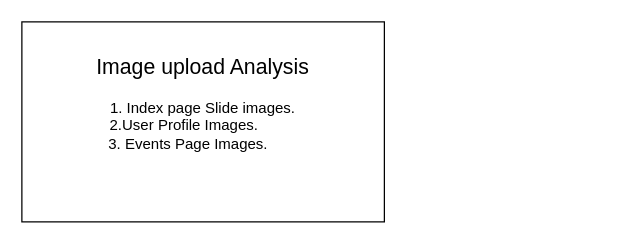
Red-stevo/MasenoMedicalLabClub keeps this draw.io diagram as MesenoMedLab.drawio. Above is the earlier version. Source tidied: cells renumbered, new cells numbered last; positions are measured from the earlier drawing's top-left corner, leaving out a move shared by most shapes. Both pictures are drawn from the tidied source at 125%, with x=0, y=0 at pixel (21, 21).
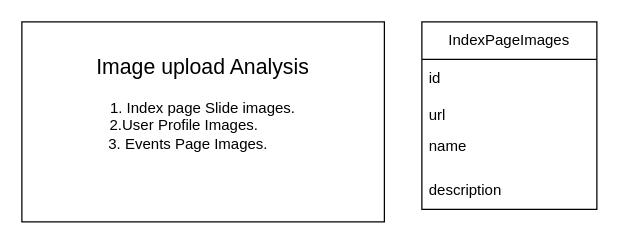
After the change.

Diff of the diagram source:
```diff
@@
 <mxGraphModel>
   <root>
     <mxCell id="0" />
     <mxCell id="1" parent="0" />
     <mxCell id="2" value="&lt;font style=&quot;font-size: 17px;&quot;&gt;Image upload Analysis&lt;/font&gt;&lt;div&gt;&lt;br&gt;&lt;div&gt;1. Index page Slide images.&lt;/div&gt;&lt;div&gt;2.User Profile Images.&amp;nbsp; &amp;nbsp; &amp;nbsp; &amp;nbsp; &amp;nbsp;&lt;/div&gt;&lt;div&gt;3. Events Page Images.&amp;nbsp; &amp;nbsp; &amp;nbsp; &amp;nbsp;&lt;/div&gt;&lt;div&gt;&lt;br&gt;&lt;/div&gt;&lt;div&gt;&lt;br&gt;&lt;/div&gt;&lt;/div&gt;" style="rounded=0;whiteSpace=wrap;html=1;" parent="1" vertex="1">
       <mxGeometry width="290" height="160" as="geometry" />
     </mxCell>
+    <mxCell id="3" value="IndexPageImages" style="swimlane;fontStyle=0;horizontal=1;startSize=30;whiteSpace=wrap;html=1;" parent="1" vertex="1">
+      <mxGeometry x="320" width="140" height="150" as="geometry" />
+    </mxCell>
+    <mxCell id="4" value="id" style="text;strokeColor=none;fillColor=none;align=left;verticalAlign=middle;spacingLeft=4;spacingRight=4;overflow=hidden;whiteSpace=wrap;html=1;" parent="3" vertex="1">
+      <mxGeometry y="30" width="140" height="30" as="geometry" />
+    </mxCell>
+    <mxCell id="5" value="url" style="text;strokeColor=none;fillColor=none;align=left;verticalAlign=middle;spacingLeft=4;spacingRight=4;overflow=hidden;whiteSpace=wrap;html=1;" parent="3" vertex="1">
+      <mxGeometry y="60" width="140" height="30" as="geometry" />
+    </mxCell>
+    <mxCell id="6" value="name&lt;div&gt;&lt;br&gt;&lt;/div&gt;" style="text;strokeColor=none;fillColor=none;align=left;verticalAlign=middle;spacingLeft=4;spacingRight=4;overflow=hidden;whiteSpace=wrap;html=1;" parent="3" vertex="1">
+      <mxGeometry y="90" width="140" height="30" as="geometry" />
+    </mxCell>
+    <mxCell id="7" value="&lt;div&gt;description&lt;/div&gt;" style="text;strokeColor=none;fillColor=none;align=left;verticalAlign=middle;spacingLeft=4;spacingRight=4;overflow=hidden;whiteSpace=wrap;html=1;" parent="3" vertex="1">
+      <mxGeometry y="120" width="140" height="30" as="geometry" />
+    </mxCell>
   </root>
 </mxGraphModel>
```
